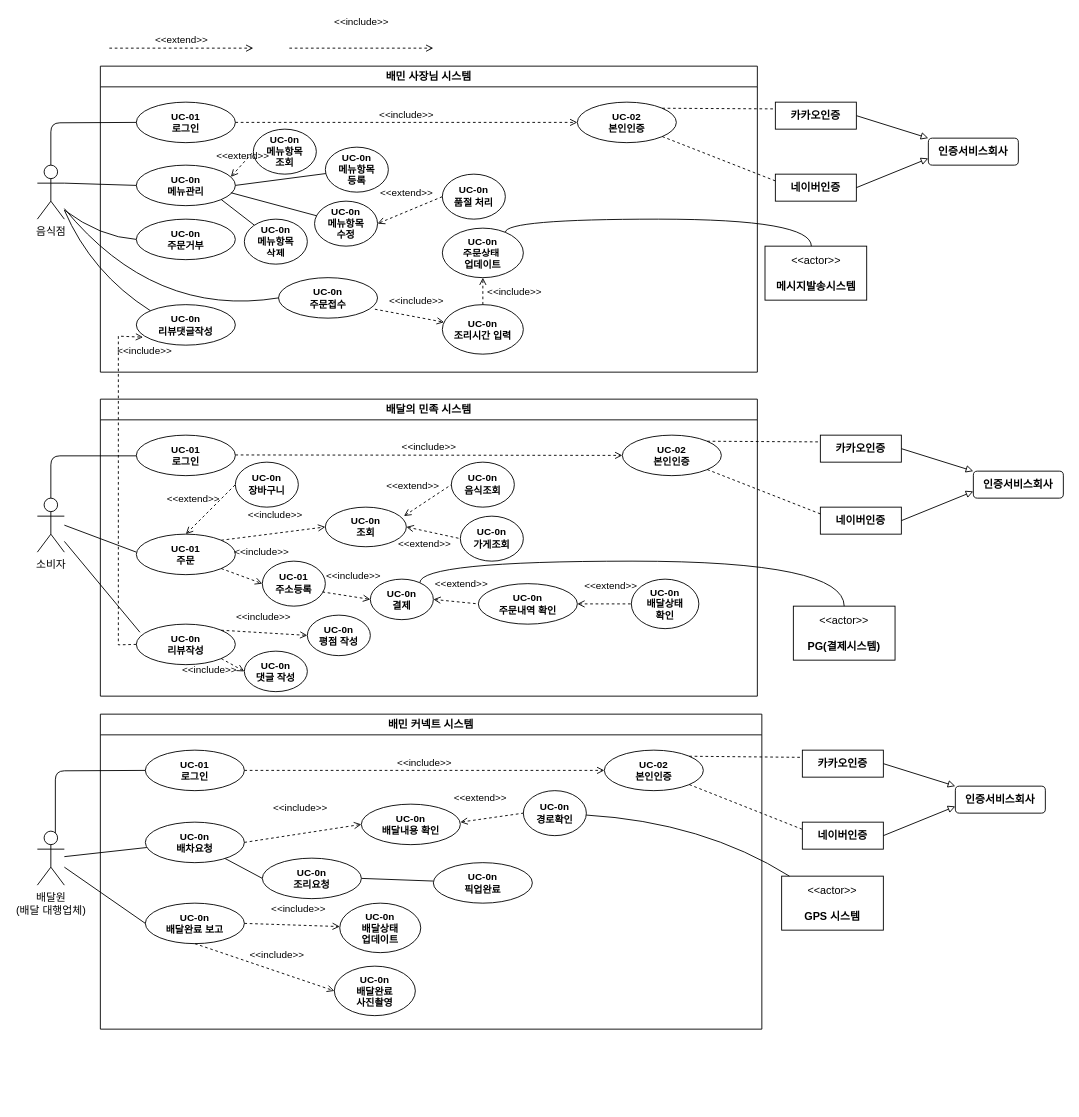
Earlier version of the draw.io diagram 소웨공 기말.drawio (hyun10144/Lecture3-1). Source tidied: cells renumbered, new cells numbered last; positions are measured from the earlier drawing's top-left corner, leaving out a move shared by most shapes. Both pictures are drawn from the tidied source at 90%, with x=0, y=0 at pixel (37, 48).
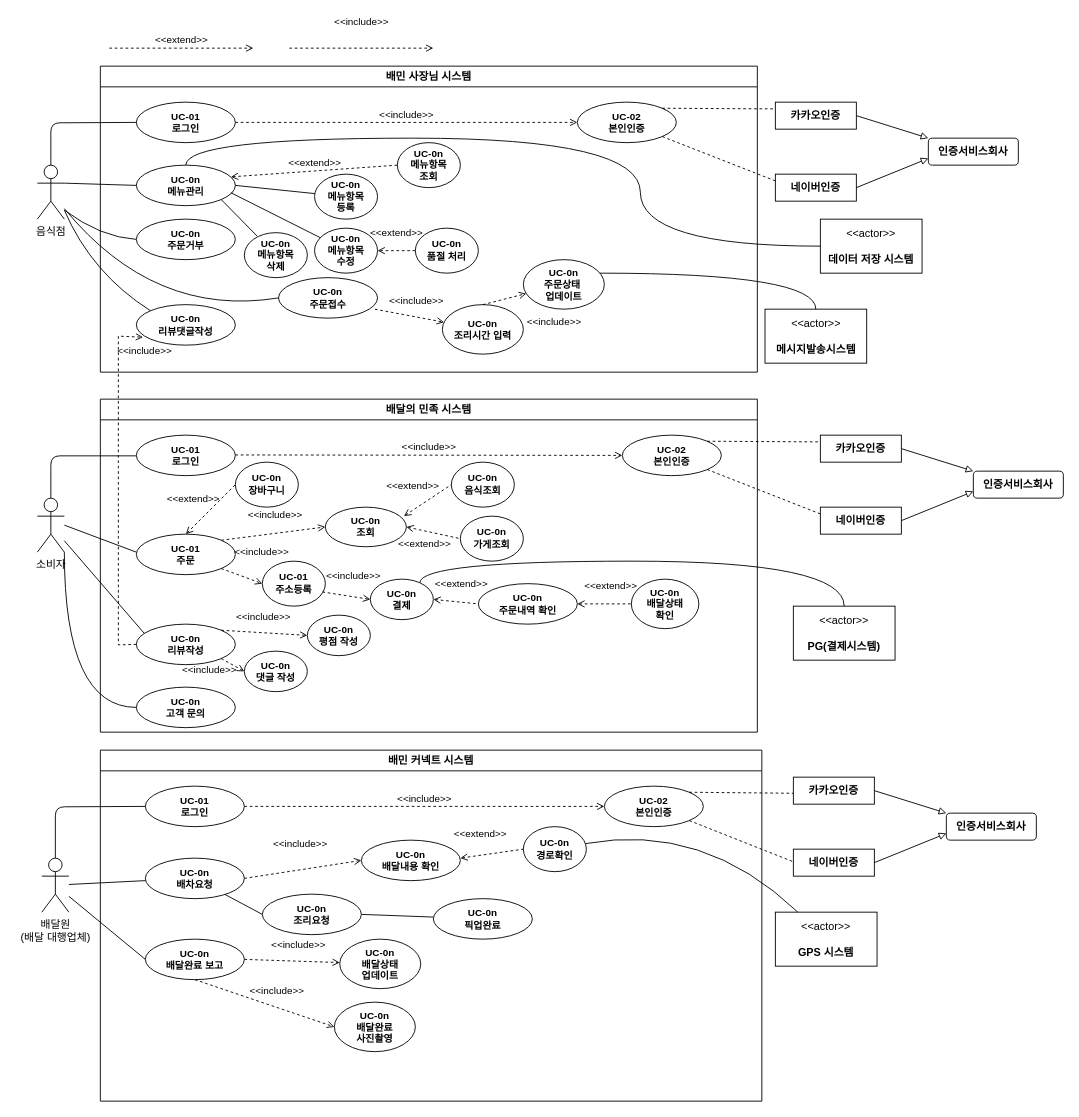
The same page after the edit.

Commit message (it also covers changes not shown here):
소웨공 기말.drawio 업데이트

Unchanged cells that the change refers to:
```xml
<mxCell id="2" value="배민 사장님 시스템" style="swimlane;whiteSpace=wrap;html=1;" parent="1" vertex="1">
  <mxGeometry x="70" y="20" width="730" height="340" as="geometry" />
</mxCell>
<mxCell id="4" value="&lt;div&gt;&lt;b&gt;UC-0n&lt;/b&gt;&lt;/div&gt;&lt;b&gt;메뉴관리&lt;/b&gt;" style="ellipse;whiteSpace=wrap;html=1;fontFamily=Helvetica;fontSize=11;fontColor=default;labelBackgroundColor=default;" parent="2" vertex="1">
  <mxGeometry x="40" y="110" width="110" height="45" as="geometry" />
</mxCell>
<mxCell id="12" value="&lt;div&gt;&lt;b&gt;UC-0n&lt;/b&gt;&lt;/div&gt;&lt;b&gt;조리시간 입력&lt;/b&gt;" style="ellipse;whiteSpace=wrap;html=1;fontFamily=Helvetica;fontSize=11;fontColor=default;labelBackgroundColor=default;" parent="2" vertex="1">
  <mxGeometry x="380" y="265" width="90" height="55" as="geometry" />
</mxCell>
<mxCell id="26" value="소비자" style="shape=umlActor;verticalLabelPosition=bottom;verticalAlign=top;html=1;outlineConnect=0;" parent="1" vertex="1">
  <mxGeometry y="500" width="30" height="60" as="geometry" />
</mxCell>
<mxCell id="40" value="&lt;div&gt;UC-01&lt;/div&gt;로그인" style="ellipse;whiteSpace=wrap;html=1;fontFamily=Helvetica;fontSize=11;fontColor=default;labelBackgroundColor=default;fontStyle=1;" parent="39" vertex="1">
  <mxGeometry x="50" y="40" width="110" height="45" as="geometry" />
</mxCell>
<mxCell id="41" value="&lt;div&gt;&lt;b&gt;UC-0n&lt;/b&gt;&lt;/div&gt;&lt;b&gt;배달완료 보고&lt;/b&gt;" style="ellipse;whiteSpace=wrap;html=1;fontFamily=Helvetica;fontSize=11;fontColor=default;labelBackgroundColor=default;" parent="39" vertex="1">
  <mxGeometry x="50" y="210" width="110" height="45" as="geometry" />
</mxCell>
<mxCell id="64" value="&lt;div&gt;&lt;b&gt;UC-0n&lt;/b&gt;&lt;/div&gt;&lt;b&gt;리뷰작성&lt;/b&gt;" style="ellipse;whiteSpace=wrap;html=1;fontFamily=Helvetica;fontSize=11;fontColor=default;labelBackgroundColor=default;" parent="60" vertex="1">
  <mxGeometry x="40" y="250" width="110" height="45" as="geometry" />
</mxCell>
```

What changed in the source:
```diff
@@
     <mxCell id="5" value="&lt;div&gt;&lt;b&gt;UC-0n&lt;/b&gt;&lt;/div&gt;&lt;b&gt;주문상태&amp;nbsp;&lt;/b&gt;&lt;div&gt;&lt;b&gt;업데이트&lt;/b&gt;&lt;/div&gt;" style="ellipse;whiteSpace=wrap;html=1;fontFamily=Helvetica;fontSize=11;fontColor=default;labelBackgroundColor=default;" parent="2" vertex="1">
-      <mxGeometry x="380" y="180" width="90" height="55" as="geometry" />
+      <mxGeometry x="470" y="215" width="90" height="55" as="geometry" />
     </mxCell>
@@
     <mxCell id="9" value="&lt;div&gt;&lt;b&gt;UC-0n&lt;/b&gt;&lt;/div&gt;&lt;b&gt;메뉴항목&lt;/b&gt;&lt;div&gt;&lt;b&gt;조회&lt;/b&gt;&lt;/div&gt;" style="ellipse;whiteSpace=wrap;html=1;fontFamily=Helvetica;fontSize=11;fontColor=default;labelBackgroundColor=default;" parent="2" vertex="1">
-      <mxGeometry x="170" y="70" width="70" height="50" as="geometry" />
+      <mxGeometry x="330" y="85" width="70" height="50" as="geometry" />
     </mxCell>
@@
     <mxCell id="11" value="&lt;div&gt;&lt;b&gt;UC-0n&lt;/b&gt;&lt;/div&gt;&lt;b&gt;메뉴항목&lt;/b&gt;&lt;div&gt;&lt;b&gt;등록&lt;/b&gt;&lt;/div&gt;" style="ellipse;whiteSpace=wrap;html=1;fontFamily=Helvetica;fontSize=11;fontColor=default;labelBackgroundColor=default;" parent="2" vertex="1">
-      <mxGeometry x="250" y="90" width="70" height="50" as="geometry" />
+      <mxGeometry x="238" y="120" width="70" height="50" as="geometry" />
     </mxCell>
@@
     <mxCell id="14" value="&amp;lt;&amp;lt;include&amp;gt;&amp;gt;" style="html=1;verticalAlign=bottom;labelBackgroundColor=none;endArrow=open;endFill=0;dashed=1;rounded=0;exitX=0.5;exitY=0;exitDx=0;exitDy=0;" parent="2" edge="1" source="12" target="5">
-      <mxGeometry x="-0.67" y="-35" relative="1" as="geometry" />
+      <mxGeometry x="1" y="-57" relative="1" as="geometry">
+        <mxPoint x="16" y="-15" as="offset" />
+      </mxGeometry>
     </mxCell>
@@
     <mxCell id="16" value="&lt;div&gt;&lt;b&gt;UC-0n&lt;/b&gt;&lt;/div&gt;&lt;b&gt;메뉴항목&lt;/b&gt;&lt;div&gt;&lt;b&gt;수정&lt;/b&gt;&lt;/div&gt;" style="ellipse;whiteSpace=wrap;html=1;fontFamily=Helvetica;fontSize=11;fontColor=default;labelBackgroundColor=default;" parent="2" vertex="1">
-      <mxGeometry x="238" y="150" width="70" height="50" as="geometry" />
+      <mxGeometry x="238" y="180" width="70" height="50" as="geometry" />
     </mxCell>
@@
     <mxCell id="21" value="&lt;div&gt;&lt;b&gt;UC-0n&lt;/b&gt;&lt;/div&gt;&lt;b&gt;메뉴항목&lt;/b&gt;&lt;div&gt;&lt;b&gt;삭제&lt;/b&gt;&lt;/div&gt;" style="ellipse;whiteSpace=wrap;html=1;fontFamily=Helvetica;fontSize=11;fontColor=default;labelBackgroundColor=default;" parent="2" vertex="1">
-      <mxGeometry x="160" y="170" width="70" height="50" as="geometry" />
+      <mxGeometry x="160" y="185" width="70" height="50" as="geometry" />
     </mxCell>
     <mxCell id="22" value="&lt;div&gt;&lt;b&gt;UC-0n&lt;/b&gt;&lt;/div&gt;&lt;b&gt;품절 처리&lt;/b&gt;" style="ellipse;whiteSpace=wrap;html=1;fontFamily=Helvetica;fontSize=11;fontColor=default;labelBackgroundColor=default;" parent="2" vertex="1">
-      <mxGeometry x="380" y="120" width="70" height="50" as="geometry" />
+      <mxGeometry x="350" y="180" width="70" height="50" as="geometry" />
     </mxCell>
@@
+    <mxCell id="113" style="rounded=0;jettySize=auto;html=1;exitX=1;exitY=1;exitDx=0;exitDy=0;exitPerimeter=0;endArrow=none;endFill=0;entryX=0;entryY=0.5;entryDx=0;entryDy=0;strokeColor=none;" parent="1" edge="1" source="26" target="115">
+      <mxGeometry relative="1" as="geometry" />
+    </mxCell>
+    <mxCell id="114" style="edgeStyle=orthogonalEdgeStyle;rounded=0;jettySize=auto;html=1;exitX=1;exitY=1;exitDx=0;exitDy=0;exitPerimeter=0;entryX=0;entryY=0.5;entryDx=0;entryDy=0;curved=1;endArrow=none;endFill=0;" parent="1" edge="1" source="26" target="115">
+      <mxGeometry relative="1" as="geometry" />
+    </mxCell>
@@
     <mxCell id="28" value="배달원&lt;div&gt;(배달 대행업체)&lt;/div&gt;" style="shape=umlActor;verticalLabelPosition=bottom;verticalAlign=top;html=1;outlineConnect=0;" parent="1" vertex="1">
-      <mxGeometry y="870" width="30" height="60" as="geometry" />
+      <mxGeometry x="5" y="900" width="30" height="60" as="geometry" />
     </mxCell>
@@
     <mxCell id="39" value="배민 커넥트 시스템" style="swimlane;whiteSpace=wrap;html=1;" parent="1" vertex="1">
-      <mxGeometry x="70" y="740" width="735" height="350" as="geometry" />
+      <mxGeometry x="70" y="780" width="735" height="390" as="geometry" />
     </mxCell>
@@
-    <mxCell id="45" style="endArrow=none;html=1;rounded=1;exitX=0.5;exitY=0;exitDx=0;exitDy=0;entryX=0;entryY=0.5;entryDx=0;entryDy=0;exitPerimeter=0;curved=0;endFill=0;" parent="39" edge="1" target="40">
-      <mxGeometry relative="1" as="geometry">
-        <mxPoint x="-50" y="132" as="sourcePoint" />
-        <Array as="points">
-          <mxPoint x="-50" y="63" />
-        </Array>
-      </mxGeometry>
-    </mxCell>
@@
     <mxCell id="60" value="배달의 민족 시스템" style="swimlane;whiteSpace=wrap;html=1;" parent="1" vertex="1">
-      <mxGeometry x="70" y="390" width="730" height="330" as="geometry" />
+      <mxGeometry x="70" y="390" width="730" height="370" as="geometry" />
     </mxCell>
@@
+    <mxCell id="115" value="&lt;div&gt;&lt;b&gt;UC-0n&lt;/b&gt;&lt;/div&gt;&lt;b&gt;고객 문의&lt;/b&gt;" style="ellipse;whiteSpace=wrap;html=1;fontFamily=Helvetica;fontSize=11;fontColor=default;labelBackgroundColor=default;" parent="60" vertex="1">
+      <mxGeometry x="40" y="320" width="110" height="45" as="geometry" />
+    </mxCell>
@@
-    <mxCell id="100" style="endArrow=none;html=1;rounded=0;endFill=0;entryX=0.036;entryY=0.2;entryDx=0;entryDy=0;entryPerimeter=0;" parent="1" edge="1" source="26" target="64">
+    <mxCell id="100" style="endArrow=none;html=1;rounded=0;endFill=0;entryX=0.082;entryY=0.233;entryDx=0;entryDy=0;entryPerimeter=0;" parent="1" edge="1" source="26" target="64">
       <mxGeometry relative="1" as="geometry" />
     </mxCell>
@@
     <mxCell id="103" value="&amp;lt;&amp;lt;actor&amp;gt;&amp;gt;&lt;br&gt;&lt;br&gt;&lt;b&gt;메시지발송시스템&lt;/b&gt;" style="html=1;align=center;verticalAlign=middle;dashed=0;whiteSpace=wrap;" parent="1" vertex="1">
-      <mxGeometry x="808.5" y="220" width="113" height="60" as="geometry" />
+      <mxGeometry x="808.5" y="290" width="113" height="60" as="geometry" />
     </mxCell>
-    <mxCell id="104" style="edgeStyle=orthogonalEdgeStyle;rounded=0;jettySize=auto;html=1;curved=1;endArrow=none;endFill=0;" parent="1" edge="1" source="5">
+    <mxCell id="104" style="edgeStyle=orthogonalEdgeStyle;rounded=0;jettySize=auto;html=1;curved=1;endArrow=none;endFill=0;entryX=0.5;entryY=0;entryDx=0;entryDy=0;" parent="1" edge="1" source="5" target="103">
       <mxGeometry relative="1" as="geometry">
-        <mxPoint x="860" y="220" as="targetPoint" />
         <Array as="points">
-          <mxPoint x="520" y="190" />
-          <mxPoint x="860" y="190" />
+          <mxPoint x="865" y="250" />
         </Array>
       </mxGeometry>
     </mxCell>
     <mxCell id="105" value="&lt;b&gt;인증서비스회사&lt;/b&gt;" style="rounded=1;whiteSpace=wrap;html=1;" parent="1" vertex="1">
-      <mxGeometry x="1020" y="820" width="100" height="30" as="geometry" />
+      <mxGeometry x="1010" y="850" width="100" height="30" as="geometry" />
     </mxCell>
     <mxCell id="106" value="&lt;b&gt;네이버인증&lt;/b&gt;" style="rounded=0;whiteSpace=wrap;html=1;" parent="1" vertex="1">
-      <mxGeometry x="850" y="860" width="90" height="30" as="geometry" />
+      <mxGeometry x="840" y="890" width="90" height="30" as="geometry" />
     </mxCell>
@@
     <mxCell id="108" value="&lt;b&gt;카카오인증&lt;/b&gt;" style="rounded=0;whiteSpace=wrap;html=1;" parent="1" vertex="1">
-      <mxGeometry x="850" y="780" width="90" height="30" as="geometry" />
+      <mxGeometry x="840" y="810" width="90" height="30" as="geometry" />
     </mxCell>
@@
     <mxCell id="110" value="&amp;lt;&amp;lt;actor&amp;gt;&amp;gt;&lt;br&gt;&lt;br&gt;&lt;b&gt;GPS 시스템&lt;/b&gt;" style="html=1;align=center;verticalAlign=middle;dashed=0;whiteSpace=wrap;" parent="1" vertex="1">
-      <mxGeometry x="827" y="920" width="113" height="60" as="geometry" />
+      <mxGeometry x="820" y="960" width="113" height="60" as="geometry" />
     </mxCell>
@@
-    <mxCell id="112" style="rounded=0;jettySize=auto;html=1;endArrow=none;endFill=0;entryX=0;entryY=0.5;entryDx=0;entryDy=0;" parent="1" edge="1" target="41">
-      <mxGeometry relative="1" as="geometry">
-        <mxPoint x="30" y="910" as="sourcePoint" />
-      </mxGeometry>
+    <mxCell id="112" style="rounded=0;jettySize=auto;html=1;endArrow=none;endFill=0;entryX=0;entryY=0.5;entryDx=0;entryDy=0;" parent="1" edge="1" source="28" target="41">
+      <mxGeometry relative="1" as="geometry" />
     </mxCell>
+    <mxCell id="116" value="&amp;lt;&amp;lt;actor&amp;gt;&amp;gt;&lt;br&gt;&lt;br&gt;&lt;b&gt;데이터 저장 시스템&lt;/b&gt;" style="html=1;align=center;verticalAlign=middle;dashed=0;whiteSpace=wrap;" parent="1" vertex="1">
+      <mxGeometry x="870" y="190" width="113" height="60" as="geometry" />
+    </mxCell>
+    <mxCell id="117" style="edgeStyle=orthogonalEdgeStyle;rounded=0;jettySize=auto;html=1;exitX=0.5;exitY=0;exitDx=0;exitDy=0;curved=1;endArrow=none;endFill=0;entryX=0;entryY=0.5;entryDx=0;entryDy=0;" parent="1" edge="1" source="4" target="116">
+      <mxGeometry relative="1" as="geometry">
+        <Array as="points">
+          <mxPoint x="165" y="100" />
+          <mxPoint x="670" y="100" />
+          <mxPoint x="670" y="220" />
+        </Array>
+      </mxGeometry>
+    </mxCell>
+    <mxCell id="45" style="endArrow=none;html=1;rounded=1;entryX=0;entryY=0.5;entryDx=0;entryDy=0;curved=0;endFill=0;exitX=0.5;exitY=0;exitDx=0;exitDy=0;exitPerimeter=0;" parent="1" edge="1" source="28" target="40">
+      <mxGeometry relative="1" as="geometry">
+        <Array as="points">
+          <mxPoint x="20" y="843" />
+        </Array>
+      </mxGeometry>
+    </mxCell>
```
